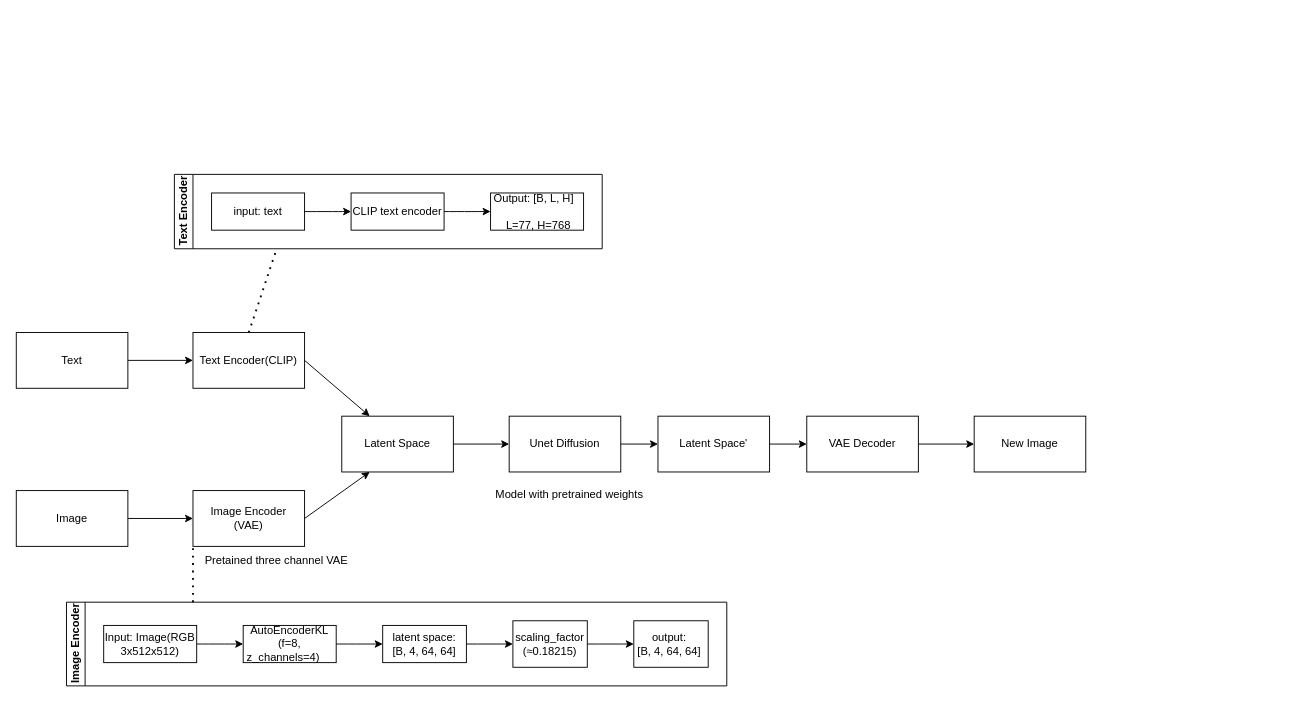
The draw.io diagram original model structure.drawio in wendyww0330/-, before the edit. Source tidied: cells renumbered, new cells numbered last; positions are measured from the earlier drawing's top-left corner, leaving out a move shared by most shapes. Both pictures are drawn from the tidied source at 93%, with x=0, y=0 at pixel (16, 174).
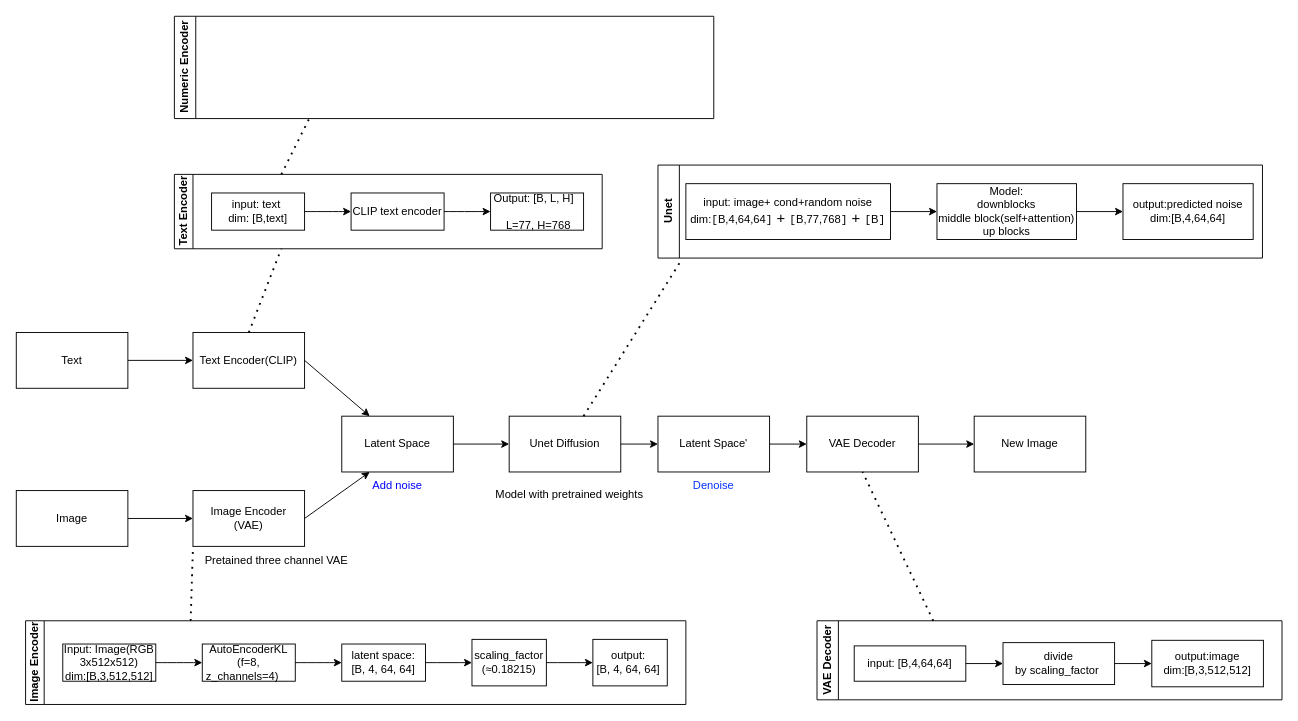
Above is the later version.

The change refers to these unchanged cells:
```xml
<mxCell id="15" value="VAE Decoder" style="rounded=0;whiteSpace=wrap;html=1;" parent="1" vertex="1">
  <mxGeometry x="850" y="260" width="120" height="60" as="geometry" />
</mxCell>
<mxCell id="23" value="Text Encoder" style="swimlane;html=1;startSize=20;horizontal=0;flowOrientation=west;interRankCellSpacing=50;containerType=tree;fontSize=12;" parent="1" vertex="1">
  <mxGeometry x="170" width="460" height="80" as="geometry" />
</mxCell>
```

The edit, as a diff of the source:
```diff
@@
-    <mxCell id="21" style="endArrow=none;dashed=1;html=1;dashPattern=1 3;strokeWidth=2;rounded=0;" parent="1" edge="1">
+    <mxCell id="21" style="endArrow=none;dashed=1;html=1;dashPattern=1 3;strokeWidth=2;rounded=0;entryX=0.25;entryY=1;entryDx=0;entryDy=0;" parent="1" edge="1" target="23">
       <mxGeometry relative="1" as="geometry">
         <mxPoint x="250" y="170" as="sourcePoint" />
-        <mxPoint x="280" y="80" as="targetPoint" />
       </mxGeometry>
     </mxCell>
-    <mxCell id="22" style="endArrow=none;dashed=1;html=1;dashPattern=1 3;strokeWidth=2;rounded=0;" parent="1" edge="1">
+    <mxCell id="22" style="endArrow=none;dashed=1;html=1;dashPattern=1 3;strokeWidth=2;rounded=0;exitX=0.25;exitY=0;exitDx=0;exitDy=0;" parent="1" edge="1" source="29">
       <mxGeometry relative="1" as="geometry">
-        <mxPoint x="190" y="460" as="sourcePoint" />
         <mxPoint x="190" y="400" as="targetPoint" />
       </mxGeometry>
     </mxCell>
@@
-    <mxCell id="24" value="input: text" style="whiteSpace=wrap;html=1;" parent="23" vertex="1">
+    <mxCell id="24" value="input: text&amp;nbsp;&lt;div&gt;dim: [B,text]&lt;/div&gt;" style="whiteSpace=wrap;html=1;" parent="23" vertex="1">
       <mxGeometry x="40" y="20" width="100" height="40" as="geometry" />
     </mxCell>
@@
     <mxCell id="29" value="Image Encoder" style="swimlane;html=1;startSize=20;horizontal=0;flowOrientation=west;interRankCellSpacing=50;containerType=tree;fontSize=12;" parent="1" vertex="1">
-      <mxGeometry x="54" y="460" width="710" height="90" as="geometry" />
+      <mxGeometry x="10" y="480" width="710" height="90" as="geometry" />
     </mxCell>
-    <mxCell id="30" value="Input: Image(RGB&lt;div&gt;3x512x512)&lt;/div&gt;" style="whiteSpace=wrap;html=1;" parent="29" vertex="1">
+    <mxCell id="30" value="Input: Image(RGB&lt;div&gt;3x512x512)&lt;/div&gt;&lt;div&gt;dim:[B,3,512,512]&lt;/div&gt;" style="whiteSpace=wrap;html=1;" parent="29" vertex="1">
       <mxGeometry x="40" y="25" width="100" height="40" as="geometry" />
     </mxCell>
@@
+    <mxCell id="39" style="endArrow=none;dashed=1;html=1;dashPattern=1 3;strokeWidth=2;rounded=0;entryX=0.037;entryY=1.04;entryDx=0;entryDy=0;entryPerimeter=0;" parent="1" edge="1" target="40">
+      <mxGeometry relative="1" as="geometry">
+        <mxPoint x="610" y="260" as="sourcePoint" />
+      </mxGeometry>
+    </mxCell>
+    <mxCell id="40" value="Unet" style="swimlane;horizontal=0;whiteSpace=wrap;html=1;" parent="1" vertex="1">
+      <mxGeometry x="690" y="-10" width="650" height="100" as="geometry" />
+    </mxCell>
+    <mxCell id="41" value="input: image+ cond+random noise&lt;div&gt;dim:&lt;code style=&quot;text-align: start;&quot;&gt;[&lt;font face=&quot;Helvetica&quot;&gt;B,4,64,64&lt;/font&gt;]&lt;/code&gt;&lt;span style=&quot;text-align: start; font-size: medium;&quot;&gt;&amp;nbsp;+&amp;nbsp;&lt;/span&gt;&lt;code style=&quot;text-align: start;&quot;&gt;[&lt;font face=&quot;Helvetica&quot;&gt;B,77,768&lt;/font&gt;]&lt;/code&gt;&lt;span style=&quot;text-align: start; font-size: medium;&quot;&gt;&amp;nbsp;+&amp;nbsp;&lt;/span&gt;&lt;code style=&quot;text-align: start;&quot;&gt;[&lt;font face=&quot;Helvetica&quot;&gt;B&lt;/font&gt;]&lt;/code&gt;&lt;/div&gt;" style="rounded=0;whiteSpace=wrap;html=1;" parent="40" vertex="1">
+      <mxGeometry x="30" y="20" width="220" height="60" as="geometry" />
+    </mxCell>
+    <mxCell id="42" style="endArrow=classic;html=1;rounded=0;exitX=1;exitY=0.5;exitDx=0;exitDy=0;" parent="40" edge="1" source="41">
+      <mxGeometry relative="1" as="geometry">
+        <mxPoint x="300" y="50" as="targetPoint" />
+      </mxGeometry>
+    </mxCell>
+    <mxCell id="43" value="Model:&lt;div&gt;downblocks&lt;/div&gt;&lt;div&gt;middle block(self+attention)&lt;/div&gt;&lt;div&gt;up blocks&lt;/div&gt;" style="rounded=0;whiteSpace=wrap;html=1;" parent="40" vertex="1">
+      <mxGeometry x="300" y="20" width="150" height="60" as="geometry" />
+    </mxCell>
+    <mxCell id="44" value="output:predicted noise&lt;div&gt;dim:[B,4,64,64]&lt;/div&gt;" style="rounded=0;whiteSpace=wrap;html=1;" parent="40" vertex="1">
+      <mxGeometry x="500" y="20" width="140" height="60" as="geometry" />
+    </mxCell>
+    <mxCell id="45" style="endArrow=classic;html=1;rounded=0;exitX=1;exitY=0.5;exitDx=0;exitDy=0;entryX=0;entryY=0.5;entryDx=0;entryDy=0;" parent="40" edge="1" source="43" target="44">
+      <mxGeometry relative="1" as="geometry" />
+    </mxCell>
+    <mxCell id="46" style="endArrow=none;dashed=1;html=1;dashPattern=1 3;strokeWidth=2;rounded=0;exitX=0.25;exitY=0;exitDx=0;exitDy=0;entryX=0.25;entryY=1;entryDx=0;entryDy=0;" parent="1" edge="1" source="23" target="47">
+      <mxGeometry relative="1" as="geometry" />
+    </mxCell>
+    <mxCell id="47" value="Numeric Encoder" style="swimlane;horizontal=0;whiteSpace=wrap;html=1;" parent="1" vertex="1">
+      <mxGeometry x="170" y="-170" width="580" height="110" as="geometry" />
+    </mxCell>
+    <mxCell id="48" value="&lt;span style=&quot;color: rgb(0, 0, 255);&quot;&gt;Add noise&lt;/span&gt;" style="text;html=1;whiteSpace=wrap;strokeColor=none;fillColor=none;align=center;verticalAlign=middle;rounded=0;" parent="1" vertex="1">
+      <mxGeometry x="380" y="320" width="60" height="30" as="geometry" />
+    </mxCell>
+    <mxCell id="49" value="&lt;span style=&quot;color: light-dark(rgb(4, 51, 255), rgb(237, 237, 237));&quot;&gt;Denoise&lt;/span&gt;" style="text;html=1;whiteSpace=wrap;strokeColor=none;fillColor=none;align=center;verticalAlign=middle;rounded=0;" parent="1" vertex="1">
+      <mxGeometry x="720" y="320" width="60" height="30" as="geometry" />
+    </mxCell>
+    <mxCell id="50" style="endArrow=none;dashed=1;html=1;dashPattern=1 3;strokeWidth=2;rounded=0;entryX=0.5;entryY=1;entryDx=0;entryDy=0;exitX=0.25;exitY=0;exitDx=0;exitDy=0;" parent="1" edge="1" source="51" target="15">
+      <mxGeometry relative="1" as="geometry" />
+    </mxCell>
+    <mxCell id="51" value="VAE Decoder" style="swimlane;horizontal=0;whiteSpace=wrap;html=1;" parent="1" vertex="1">
+      <mxGeometry x="861" y="480" width="500" height="85" as="geometry" />
+    </mxCell>
+    <mxCell id="52" value="input: [B,4,64,64]" style="rounded=0;whiteSpace=wrap;html=1;" parent="51" vertex="1">
+      <mxGeometry x="40" y="27" width="120" height="38" as="geometry" />
+    </mxCell>
+    <mxCell id="53" value="divide by&amp;nbsp;scaling_factor&amp;nbsp;" style="rounded=0;whiteSpace=wrap;html=1;" parent="51" vertex="1">
+      <mxGeometry x="200" y="23.5" width="120" height="45" as="geometry" />
+    </mxCell>
+    <mxCell id="54" value="output:image&lt;div&gt;dim:[B,3,512,512]&lt;/div&gt;" style="rounded=0;whiteSpace=wrap;html=1;" parent="51" vertex="1">
+      <mxGeometry x="360" y="21" width="120" height="50" as="geometry" />
+    </mxCell>
+    <mxCell id="55" style="endArrow=classic;html=1;rounded=0;exitX=1;exitY=0.5;exitDx=0;exitDy=0;entryX=0;entryY=0.5;entryDx=0;entryDy=0;" parent="51" edge="1" source="52" target="53">
+      <mxGeometry relative="1" as="geometry" />
+    </mxCell>
+    <mxCell id="56" style="endArrow=classic;html=1;rounded=0;exitX=1;exitY=0.5;exitDx=0;exitDy=0;entryX=0;entryY=0.5;entryDx=0;entryDy=0;" parent="51" edge="1" source="53" target="54">
+      <mxGeometry relative="1" as="geometry" />
+    </mxCell>
```
